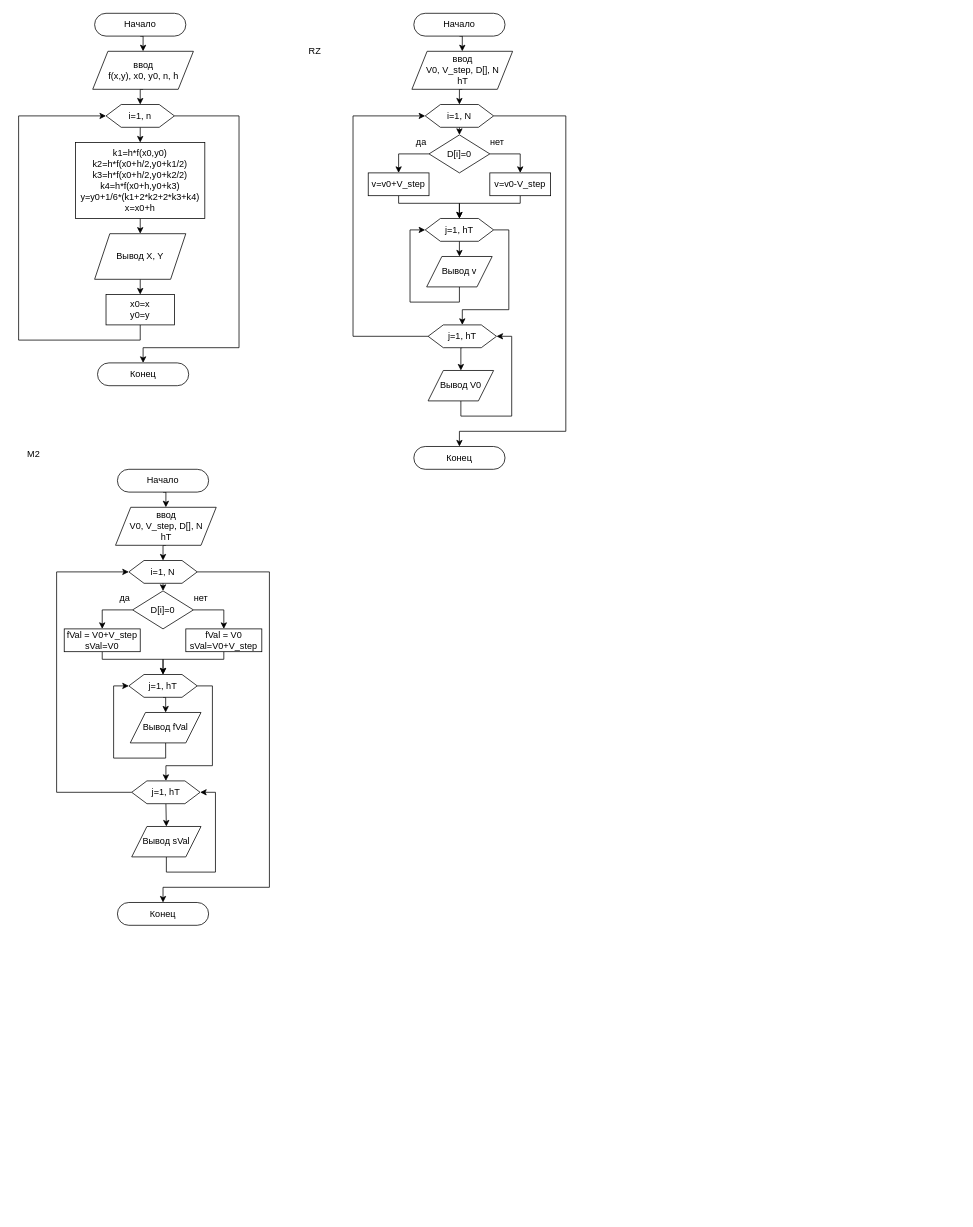
Before: диплом_отчет/rk4+coders.drawio in bestialyokel/diplom, a draw.io diagram. Source tidied: cells renumbered, new cells numbered last; positions are measured from the earlier drawing's top-left corner, leaving out a move shared by most shapes. Both pictures are drawn from the tidied source at 76%, with x=0, y=0 at pixel (18, 13).
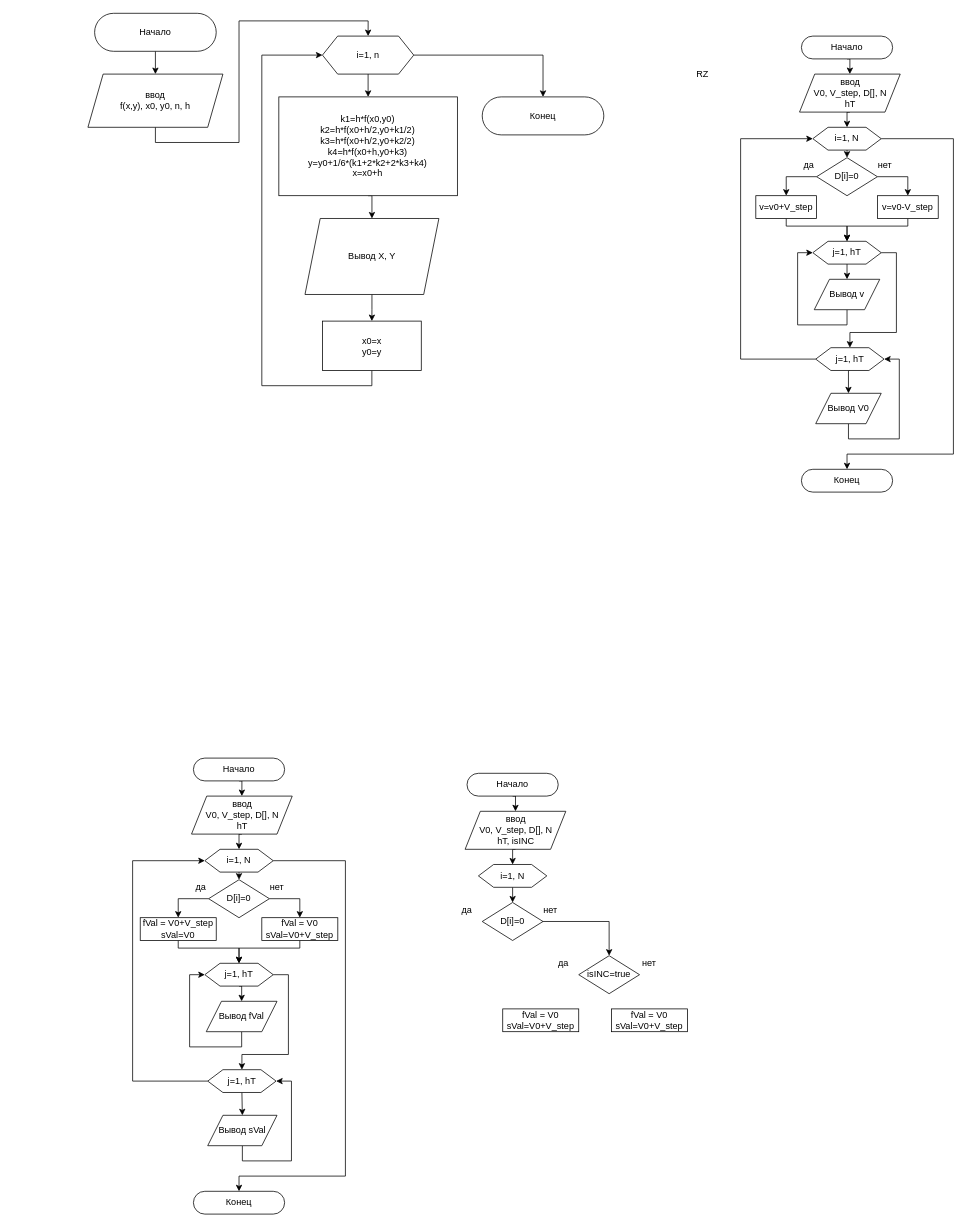
The same page after the edit.

What changed in the source:
```diff
@@
     <mxCell id="3" value="Начало" style="rounded=1;whiteSpace=wrap;html=1;arcSize=50;" parent="1" vertex="1">
-      <mxGeometry x="100" width="120" height="30" as="geometry" />
+      <mxGeometry x="100" width="160" height="50" as="geometry" />
     </mxCell>
-    <mxCell id="4" style="edgeStyle=orthogonalEdgeStyle;rounded=0;jettySize=auto;html=1;exitX=0.5;exitY=1;exitDx=0;exitDy=0;entryX=0.5;entryY=0;entryDx=0;entryDy=0;" parent="1" edge="1" source="5" target="8">
-      <mxGeometry relative="1" as="geometry" />
+    <mxCell id="4" style="edgeStyle=orthogonalEdgeStyle;rounded=0;jettySize=auto;html=1;entryX=0.5;entryY=0;entryDx=0;entryDy=0;exitX=0.5;exitY=1;exitDx=0;exitDy=0;" parent="1" edge="1" source="5" target="8">
+      <mxGeometry relative="1" as="geometry">
+        <Array as="points">
+          <mxPoint x="180" y="170" />
+          <mxPoint x="290" y="170" />
+          <mxPoint x="290" y="10" />
+          <mxPoint x="460" y="10" />
+        </Array>
+      </mxGeometry>
     </mxCell>
     <mxCell id="5" value="ввод&lt;br&gt;f(x,y), x0, y0, n, h" style="shape=parallelogram;perimeter=parallelogramPerimeter;whiteSpace=wrap;html=1;fixedSize=1;" parent="1" vertex="1">
-      <mxGeometry x="97.5" y="50" width="132.5" height="50" as="geometry" />
+      <mxGeometry x="91.2" y="80" width="177.6" height="70" as="geometry" />
     </mxCell>
@@
     <mxCell id="7" style="edgeStyle=orthogonalEdgeStyle;rounded=0;jettySize=auto;html=1;exitX=1;exitY=0.5;exitDx=0;exitDy=0;entryX=0.5;entryY=0;entryDx=0;entryDy=0;" parent="1" edge="1" source="8" target="15">
       <mxGeometry relative="1" as="geometry">
         <Array as="points">
-          <mxPoint x="290" y="135" />
-          <mxPoint x="290" y="440" />
-          <mxPoint x="164" y="440" />
+          <mxPoint x="690" y="55" />
         </Array>
       </mxGeometry>
     </mxCell>
     <mxCell id="8" value="i=1, n" style="shape=hexagon;perimeter=hexagonPerimeter2;whiteSpace=wrap;html=1;fixedSize=1;" parent="1" vertex="1">
-      <mxGeometry x="115" y="120" width="90" height="30" as="geometry" />
+      <mxGeometry x="399.8" y="30" width="120.1" height="50" as="geometry" />
     </mxCell>
@@
     <mxCell id="10" value="&lt;span&gt;k1=h*f(x0,y0)&lt;/span&gt;&lt;br&gt;&lt;span&gt;k2=h*f(x0+h/2,y0+k1/2)&lt;/span&gt;&lt;br&gt;&lt;span&gt;k3=h*f(x0+h/2,y0+k2/2)&lt;/span&gt;&lt;br&gt;&lt;span&gt;k4=h*f(x0+h,y0+k3)&lt;/span&gt;&lt;br&gt;&lt;span&gt;y=y0+1/6*(k1+2*k2+2*k3+k4)&lt;br&gt;x=x0+h&lt;br&gt;&lt;/span&gt;" style="rounded=0;whiteSpace=wrap;html=1;" parent="1" vertex="1">
-      <mxGeometry x="75" y="170" width="170" height="100" as="geometry" />
+      <mxGeometry x="342.4" y="110" width="234.9" height="130" as="geometry" />
     </mxCell>
-    <mxCell id="11" style="edgeStyle=orthogonalEdgeStyle;rounded=0;jettySize=auto;html=1;exitX=0.5;exitY=1;exitDx=0;exitDy=0;entryX=0.5;entryY=0;entryDx=0;entryDy=0;" parent="1" edge="1" source="12" target="14">
+    <mxCell id="11" style="edgeStyle=orthogonalEdgeStyle;rounded=0;jettySize=auto;html=1;" parent="1" edge="1" source="12" target="14">
       <mxGeometry relative="1" as="geometry" />
     </mxCell>
     <mxCell id="12" value="Вывод X, Y" style="shape=parallelogram;perimeter=parallelogramPerimeter;whiteSpace=wrap;html=1;fixedSize=1;" parent="1" vertex="1">
-      <mxGeometry x="100" y="290" width="120" height="60" as="geometry" />
+      <mxGeometry x="376.8" y="270" width="176.2" height="100" as="geometry" />
     </mxCell>
     <mxCell id="13" style="edgeStyle=orthogonalEdgeStyle;rounded=0;jettySize=auto;html=1;exitX=0.5;exitY=1;exitDx=0;exitDy=0;entryX=0;entryY=0.5;entryDx=0;entryDy=0;" parent="1" edge="1" source="14" target="8">
       <mxGeometry relative="1" as="geometry">
         <Array as="points">
-          <mxPoint x="160" y="430" />
-          <mxPoint y="430" />
-          <mxPoint y="135" />
+          <mxPoint x="465" y="490" />
+          <mxPoint x="320" y="490" />
+          <mxPoint x="320" y="55" />
         </Array>
       </mxGeometry>
     </mxCell>
     <mxCell id="14" value="x0=x&lt;br&gt;y0=y" style="rounded=0;whiteSpace=wrap;html=1;" parent="1" vertex="1">
-      <mxGeometry x="115" y="370" width="90" height="40" as="geometry" />
+      <mxGeometry x="399.8" y="405" width="130" height="65" as="geometry" />
     </mxCell>
-    <mxCell id="15" value="Конец" style="rounded=1;whiteSpace=wrap;html=1;arcSize=50;" parent="1" vertex="1">
-      <mxGeometry x="103.8" y="460" width="120" height="30" as="geometry" />
-    </mxCell>
@@
     <mxCell id="17" value="Начало" style="rounded=1;whiteSpace=wrap;html=1;arcSize=50;" parent="1" vertex="1">
-      <mxGeometry x="520" width="120" height="30" as="geometry" />
+      <mxGeometry x="1030" y="30" width="120" height="30" as="geometry" />
     </mxCell>
@@
     <mxCell id="19" value="ввод&lt;br&gt;V0, V_step, D[], N&lt;br&gt;hT" style="shape=parallelogram;perimeter=parallelogramPerimeter;whiteSpace=wrap;html=1;fixedSize=1;" parent="1" vertex="1">
-      <mxGeometry x="517.5" y="50" width="132.5" height="50" as="geometry" />
+      <mxGeometry x="1027.5" y="80" width="132.5" height="50" as="geometry" />
     </mxCell>
@@
     <mxCell id="21" style="edgeStyle=orthogonalEdgeStyle;rounded=0;jettySize=auto;html=1;exitX=1;exitY=0.5;exitDx=0;exitDy=0;entryX=0.5;entryY=0;entryDx=0;entryDy=0;" parent="1" edge="1" source="22" target="23">
       <mxGeometry relative="1" as="geometry">
         <Array as="points">
-          <mxPoint x="720" y="135" />
-          <mxPoint x="720" y="550" />
-          <mxPoint x="580" y="550" />
+          <mxPoint x="1230" y="165" />
+          <mxPoint x="1230" y="580" />
+          <mxPoint x="1090" y="580" />
         </Array>
       </mxGeometry>
     </mxCell>
     <mxCell id="22" value="i=1, N" style="shape=hexagon;perimeter=hexagonPerimeter2;whiteSpace=wrap;html=1;fixedSize=1;" parent="1" vertex="1">
-      <mxGeometry x="535" y="120" width="90" height="30" as="geometry" />
+      <mxGeometry x="1045" y="150" width="90" height="30" as="geometry" />
     </mxCell>
     <mxCell id="23" value="Конец" style="rounded=1;whiteSpace=wrap;html=1;arcSize=50;" parent="1" vertex="1">
-      <mxGeometry x="520" y="570" width="120" height="30" as="geometry" />
+      <mxGeometry x="1030" y="600" width="120" height="30" as="geometry" />
     </mxCell>
@@
     <mxCell id="26" value="D[i]=0" style="rhombus;whiteSpace=wrap;html=1;" parent="1" vertex="1">
-      <mxGeometry x="540" y="160" width="80" height="50" as="geometry" />
+      <mxGeometry x="1050" y="190" width="80" height="50" as="geometry" />
     </mxCell>
     <mxCell id="27" value="да" style="text;html=1;strokeColor=none;fillColor=none;align=center;verticalAlign=middle;whiteSpace=wrap;rounded=0;" parent="1" vertex="1">
-      <mxGeometry x="510" y="160" width="40" height="20" as="geometry" />
+      <mxGeometry x="1020" y="190" width="40" height="20" as="geometry" />
     </mxCell>
     <mxCell id="28" value="нет" style="text;html=1;strokeColor=none;fillColor=none;align=center;verticalAlign=middle;whiteSpace=wrap;rounded=0;" parent="1" vertex="1">
-      <mxGeometry x="610" y="160" width="40" height="20" as="geometry" />
+      <mxGeometry x="1120" y="190" width="40" height="20" as="geometry" />
     </mxCell>
     <mxCell id="29" style="edgeStyle=orthogonalEdgeStyle;rounded=0;jettySize=auto;html=1;exitX=0.5;exitY=1;exitDx=0;exitDy=0;entryX=0.5;entryY=0;entryDx=0;entryDy=0;" parent="1" edge="1" source="30" target="35">
       <mxGeometry relative="1" as="geometry">
         <Array as="points">
-          <mxPoint x="500" y="250" />
-          <mxPoint x="580" y="250" />
+          <mxPoint x="1010" y="280" />
+          <mxPoint x="1090" y="280" />
         </Array>
       </mxGeometry>
     </mxCell>
     <mxCell id="30" value="v=v0+V_step" style="rounded=0;whiteSpace=wrap;html=1;" parent="1" vertex="1">
-      <mxGeometry x="460" y="210" width="80" height="30" as="geometry" />
+      <mxGeometry x="970" y="240" width="80" height="30" as="geometry" />
     </mxCell>
     <mxCell id="31" style="edgeStyle=orthogonalEdgeStyle;rounded=0;jettySize=auto;html=1;exitX=0.5;exitY=1;exitDx=0;exitDy=0;entryX=0.5;entryY=0;entryDx=0;entryDy=0;" parent="1" edge="1" source="32" target="35">
       <mxGeometry relative="1" as="geometry">
         <Array as="points">
-          <mxPoint x="660" y="250" />
-          <mxPoint x="580" y="250" />
+          <mxPoint x="1170" y="280" />
+          <mxPoint x="1090" y="280" />
         </Array>
       </mxGeometry>
     </mxCell>
     <mxCell id="32" value="v=v0-V_step" style="rounded=0;whiteSpace=wrap;html=1;" parent="1" vertex="1">
-      <mxGeometry x="620" y="210" width="80" height="30" as="geometry" />
+      <mxGeometry x="1130" y="240" width="80" height="30" as="geometry" />
     </mxCell>
@@
     <mxCell id="34" style="edgeStyle=orthogonalEdgeStyle;rounded=0;jettySize=auto;html=1;exitX=1;exitY=0.5;exitDx=0;exitDy=0;entryX=0.5;entryY=0;entryDx=0;entryDy=0;" parent="1" edge="1" source="35" target="40">
       <mxGeometry relative="1" as="geometry">
         <Array as="points">
-          <mxPoint x="645" y="285" />
-          <mxPoint x="645" y="390" />
-          <mxPoint x="584" y="390" />
+          <mxPoint x="1155" y="315" />
+          <mxPoint x="1155" y="420" />
+          <mxPoint x="1094" y="420" />
         </Array>
       </mxGeometry>
     </mxCell>
     <mxCell id="35" value="j=1, hT" style="shape=hexagon;perimeter=hexagonPerimeter2;whiteSpace=wrap;html=1;fixedSize=1;" parent="1" vertex="1">
-      <mxGeometry x="535" y="270" width="90" height="30" as="geometry" />
+      <mxGeometry x="1045" y="300" width="90" height="30" as="geometry" />
     </mxCell>
@@
     <mxCell id="37" value="Вывод v" style="shape=parallelogram;perimeter=parallelogramPerimeter;whiteSpace=wrap;html=1;fixedSize=1;" parent="1" vertex="1">
-      <mxGeometry x="536.9" y="320" width="86.2" height="40" as="geometry" />
+      <mxGeometry x="1046.9" y="350" width="86.2" height="40" as="geometry" />
     </mxCell>
@@
     <mxCell id="39" style="edgeStyle=orthogonalEdgeStyle;rounded=0;jettySize=auto;html=1;exitX=0;exitY=0.5;exitDx=0;exitDy=0;entryX=0;entryY=0.5;entryDx=0;entryDy=0;" parent="1" edge="1" source="40" target="22">
       <mxGeometry relative="1" as="geometry">
         <Array as="points">
-          <mxPoint x="440" y="425" />
-          <mxPoint x="440" y="135" />
+          <mxPoint x="950" y="455" />
+          <mxPoint x="950" y="165" />
         </Array>
       </mxGeometry>
     </mxCell>
     <mxCell id="40" value="j=1, hT" style="shape=hexagon;perimeter=hexagonPerimeter2;whiteSpace=wrap;html=1;fixedSize=1;" parent="1" vertex="1">
-      <mxGeometry x="538.8" y="410" width="90" height="30" as="geometry" />
+      <mxGeometry x="1048.8" y="440" width="90" height="30" as="geometry" />
     </mxCell>
@@
     <mxCell id="42" value="Вывод V0" style="shape=parallelogram;perimeter=parallelogramPerimeter;whiteSpace=wrap;html=1;fixedSize=1;" parent="1" vertex="1">
-      <mxGeometry x="538.8" y="470" width="86.2" height="40" as="geometry" />
+      <mxGeometry x="1048.8" y="500" width="86.2" height="40" as="geometry" />
     </mxCell>
     <mxCell id="43" value="RZ" style="text;html=1;strokeColor=none;fillColor=none;align=center;verticalAlign=middle;whiteSpace=wrap;rounded=0;" parent="1" vertex="1">
-      <mxGeometry x="370" y="40" width="40" height="20" as="geometry" />
+      <mxGeometry x="880" y="70" width="40" height="20" as="geometry" />
     </mxCell>
@@
     <mxCell id="45" value="Начало" style="rounded=1;whiteSpace=wrap;html=1;arcSize=50;" parent="1" vertex="1">
-      <mxGeometry x="130" y="600" width="120" height="30" as="geometry" />
+      <mxGeometry x="230" y="980" width="120" height="30" as="geometry" />
     </mxCell>
@@
     <mxCell id="47" value="ввод&lt;br&gt;V0, V_step, D[], N&lt;br&gt;hT" style="shape=parallelogram;perimeter=parallelogramPerimeter;whiteSpace=wrap;html=1;fixedSize=1;" parent="1" vertex="1">
-      <mxGeometry x="127.5" y="650" width="132.5" height="50" as="geometry" />
+      <mxGeometry x="227.5" y="1030" width="132.5" height="50" as="geometry" />
     </mxCell>
@@
     <mxCell id="49" style="edgeStyle=orthogonalEdgeStyle;rounded=0;jettySize=auto;html=1;exitX=1;exitY=0.5;exitDx=0;exitDy=0;entryX=0.5;entryY=0;entryDx=0;entryDy=0;" parent="1" edge="1" source="50" target="51">
       <mxGeometry relative="1" as="geometry">
         <Array as="points">
-          <mxPoint x="330" y="735" />
-          <mxPoint x="330" y="1150" />
-          <mxPoint x="190" y="1150" />
+          <mxPoint x="430" y="1115" />
+          <mxPoint x="430" y="1530" />
+          <mxPoint x="290" y="1530" />
         </Array>
       </mxGeometry>
     </mxCell>
     <mxCell id="50" value="i=1, N" style="shape=hexagon;perimeter=hexagonPerimeter2;whiteSpace=wrap;html=1;fixedSize=1;" parent="1" vertex="1">
-      <mxGeometry x="145" y="720" width="90" height="30" as="geometry" />
+      <mxGeometry x="245" y="1100" width="90" height="30" as="geometry" />
     </mxCell>
     <mxCell id="51" value="Конец" style="rounded=1;whiteSpace=wrap;html=1;arcSize=50;" parent="1" vertex="1">
-      <mxGeometry x="130" y="1170" width="120" height="30" as="geometry" />
+      <mxGeometry x="230" y="1550" width="120" height="30" as="geometry" />
     </mxCell>
@@
     <mxCell id="54" value="D[i]=0" style="rhombus;whiteSpace=wrap;html=1;" parent="1" vertex="1">
-      <mxGeometry x="150" y="760" width="80" height="50" as="geometry" />
+      <mxGeometry x="250" y="1140" width="80" height="50" as="geometry" />
     </mxCell>
     <mxCell id="55" value="да" style="text;html=1;strokeColor=none;fillColor=none;align=center;verticalAlign=middle;whiteSpace=wrap;rounded=0;" parent="1" vertex="1">
-      <mxGeometry x="120" y="760" width="40" height="20" as="geometry" />
+      <mxGeometry x="220" y="1140" width="40" height="20" as="geometry" />
     </mxCell>
     <mxCell id="56" value="нет" style="text;html=1;strokeColor=none;fillColor=none;align=center;verticalAlign=middle;whiteSpace=wrap;rounded=0;" parent="1" vertex="1">
-      <mxGeometry x="220" y="760" width="40" height="20" as="geometry" />
+      <mxGeometry x="320" y="1140" width="40" height="20" as="geometry" />
     </mxCell>
     <mxCell id="57" style="edgeStyle=orthogonalEdgeStyle;rounded=0;jettySize=auto;html=1;exitX=0.5;exitY=1;exitDx=0;exitDy=0;entryX=0.5;entryY=0;entryDx=0;entryDy=0;" parent="1" edge="1" source="58" target="63">
       <mxGeometry relative="1" as="geometry">
         <Array as="points">
-          <mxPoint x="110" y="850" />
-          <mxPoint x="190" y="850" />
+          <mxPoint x="210" y="1230" />
+          <mxPoint x="290" y="1230" />
         </Array>
       </mxGeometry>
     </mxCell>
     <mxCell id="58" value="fVal = V0+V_step&lt;br&gt;sVal=V0" style="rounded=0;whiteSpace=wrap;html=1;" parent="1" vertex="1">
-      <mxGeometry x="60" y="810" width="100" height="30" as="geometry" />
+      <mxGeometry x="160" y="1190" width="100" height="30" as="geometry" />
     </mxCell>
     <mxCell id="59" style="edgeStyle=orthogonalEdgeStyle;rounded=0;jettySize=auto;html=1;exitX=0.5;exitY=1;exitDx=0;exitDy=0;entryX=0.5;entryY=0;entryDx=0;entryDy=0;" parent="1" edge="1" source="60" target="63">
       <mxGeometry relative="1" as="geometry">
         <Array as="points">
-          <mxPoint x="270" y="850" />
-          <mxPoint x="190" y="850" />
+          <mxPoint x="370" y="1230" />
+          <mxPoint x="290" y="1230" />
         </Array>
       </mxGeometry>
     </mxCell>
     <mxCell id="60" value="fVal = V0 sVal=V0+V_step" style="rounded=0;whiteSpace=wrap;html=1;" parent="1" vertex="1">
-      <mxGeometry x="220" y="810" width="100" height="30" as="geometry" />
+      <mxGeometry x="320" y="1190" width="100" height="30" as="geometry" />
     </mxCell>
@@
     <mxCell id="62" style="edgeStyle=orthogonalEdgeStyle;rounded=0;jettySize=auto;html=1;exitX=1;exitY=0.5;exitDx=0;exitDy=0;entryX=0.5;entryY=0;entryDx=0;entryDy=0;" parent="1" edge="1" source="63" target="68">
       <mxGeometry relative="1" as="geometry">
         <Array as="points">
-          <mxPoint x="255" y="885" />
-          <mxPoint x="255" y="990" />
-          <mxPoint x="194" y="990" />
+          <mxPoint x="355" y="1265" />
+          <mxPoint x="355" y="1370" />
+          <mxPoint x="294" y="1370" />
         </Array>
       </mxGeometry>
     </mxCell>
     <mxCell id="63" value="j=1, hT" style="shape=hexagon;perimeter=hexagonPerimeter2;whiteSpace=wrap;html=1;fixedSize=1;" parent="1" vertex="1">
-      <mxGeometry x="145" y="870" width="90" height="30" as="geometry" />
+      <mxGeometry x="245" y="1250" width="90" height="30" as="geometry" />
     </mxCell>
@@
     <mxCell id="65" value="Вывод fVal" style="shape=parallelogram;perimeter=parallelogramPerimeter;whiteSpace=wrap;html=1;fixedSize=1;" parent="1" vertex="1">
-      <mxGeometry x="146.9" y="920" width="93.1" height="40" as="geometry" />
+      <mxGeometry x="246.9" y="1300" width="93.1" height="40" as="geometry" />
     </mxCell>
@@
     <mxCell id="67" style="edgeStyle=orthogonalEdgeStyle;rounded=0;jettySize=auto;html=1;exitX=0;exitY=0.5;exitDx=0;exitDy=0;entryX=0;entryY=0.5;entryDx=0;entryDy=0;" parent="1" edge="1" source="68" target="50">
       <mxGeometry relative="1" as="geometry">
         <Array as="points">
-          <mxPoint x="50" y="1025" />
-          <mxPoint x="50" y="735" />
+          <mxPoint x="150" y="1405" />
+          <mxPoint x="150" y="1115" />
         </Array>
       </mxGeometry>
     </mxCell>
     <mxCell id="68" value="j=1, hT" style="shape=hexagon;perimeter=hexagonPerimeter2;whiteSpace=wrap;html=1;fixedSize=1;" parent="1" vertex="1">
-      <mxGeometry x="148.8" y="1010" width="90" height="30" as="geometry" />
+      <mxGeometry x="248.8" y="1390" width="90" height="30" as="geometry" />
     </mxCell>
     <mxCell id="69" style="edgeStyle=orthogonalEdgeStyle;rounded=0;jettySize=auto;html=1;exitX=0.5;exitY=1;exitDx=0;exitDy=0;entryX=1;entryY=0.5;entryDx=0;entryDy=0;" parent="1" edge="1" source="70" target="68">
       <mxGeometry relative="1" as="geometry">
         <Array as="points">
-          <mxPoint x="194" y="1130" />
-          <mxPoint x="259" y="1130" />
-          <mxPoint x="259" y="1025" />
+          <mxPoint x="294" y="1510" />
+          <mxPoint x="359" y="1510" />
+          <mxPoint x="359" y="1405" />
         </Array>
       </mxGeometry>
     </mxCell>
     <mxCell id="70" value="Вывод sVal" style="shape=parallelogram;perimeter=parallelogramPerimeter;whiteSpace=wrap;html=1;fixedSize=1;" parent="1" vertex="1">
-      <mxGeometry x="148.8" y="1070" width="91.2" height="40" as="geometry" />
+      <mxGeometry x="248.8" y="1450" width="91.2" height="40" as="geometry" />
     </mxCell>
-    <mxCell id="71" value="M2" style="text;html=1;strokeColor=none;fillColor=none;align=center;verticalAlign=middle;whiteSpace=wrap;rounded=0;" parent="1" vertex="1">
-      <mxGeometry y="570" width="40" height="20" as="geometry" />
-    </mxCell>
+    <mxCell id="15" value="Конец" style="rounded=1;whiteSpace=wrap;html=1;arcSize=50;" parent="1" vertex="1">
+      <mxGeometry x="610" y="110" width="160" height="50" as="geometry" />
+    </mxCell>
+    <mxCell id="72" style="edgeStyle=orthogonalEdgeStyle;rounded=0;jettySize=auto;html=1;exitX=0.5;exitY=1;exitDx=0;exitDy=0;entryX=0.5;entryY=0;entryDx=0;entryDy=0;" parent="1" edge="1" source="73" target="75">
+      <mxGeometry relative="1" as="geometry" />
+    </mxCell>
+    <mxCell id="73" value="Начало" style="rounded=1;whiteSpace=wrap;html=1;arcSize=50;" parent="1" vertex="1">
+      <mxGeometry x="590" y="1000" width="120" height="30" as="geometry" />
+    </mxCell>
+    <mxCell id="74" style="edgeStyle=orthogonalEdgeStyle;rounded=0;jettySize=auto;html=1;exitX=0.5;exitY=1;exitDx=0;exitDy=0;entryX=0.5;entryY=0;entryDx=0;entryDy=0;" parent="1" edge="1" source="75" target="77">
+      <mxGeometry relative="1" as="geometry" />
+    </mxCell>
+    <mxCell id="75" value="ввод&lt;br&gt;V0, V_step, D[], N&lt;br&gt;hT, isINC" style="shape=parallelogram;perimeter=parallelogramPerimeter;whiteSpace=wrap;html=1;fixedSize=1;" parent="1" vertex="1">
+      <mxGeometry x="587.5" y="1050" width="132.5" height="50" as="geometry" />
+    </mxCell>
+    <mxCell id="76" style="edgeStyle=orthogonalEdgeStyle;rounded=0;jettySize=auto;html=1;exitX=0.5;exitY=1;exitDx=0;exitDy=0;entryX=0.5;entryY=0;entryDx=0;entryDy=0;" parent="1" edge="1" source="77" target="79">
+      <mxGeometry relative="1" as="geometry" />
+    </mxCell>
+    <mxCell id="77" value="i=1, N" style="shape=hexagon;perimeter=hexagonPerimeter2;whiteSpace=wrap;html=1;fixedSize=1;" parent="1" vertex="1">
+      <mxGeometry x="605" y="1120" width="90" height="30" as="geometry" />
+    </mxCell>
+    <mxCell id="78" style="edgeStyle=orthogonalEdgeStyle;rounded=0;jettySize=auto;html=1;exitX=1;exitY=0.5;exitDx=0;exitDy=0;entryX=0.5;entryY=0;entryDx=0;entryDy=0;" parent="1" edge="1" source="79" target="81">
+      <mxGeometry relative="1" as="geometry">
+        <Array as="points">
+          <mxPoint x="777" y="1195" />
+        </Array>
+      </mxGeometry>
+    </mxCell>
+    <mxCell id="79" value="D[i]=0" style="rhombus;whiteSpace=wrap;html=1;" parent="1" vertex="1">
+      <mxGeometry x="610" y="1170" width="80" height="50" as="geometry" />
+    </mxCell>
+    <mxCell id="80" value="нет" style="text;html=1;strokeColor=none;fillColor=none;align=center;verticalAlign=middle;whiteSpace=wrap;rounded=0;" parent="1" vertex="1">
+      <mxGeometry x="680" y="1170" width="40" height="20" as="geometry" />
+    </mxCell>
+    <mxCell id="81" value="isINC=true" style="rhombus;whiteSpace=wrap;html=1;" parent="1" vertex="1">
+      <mxGeometry x="737" y="1240" width="80" height="50" as="geometry" />
+    </mxCell>
+    <mxCell id="82" value="нет" style="text;html=1;strokeColor=none;fillColor=none;align=center;verticalAlign=middle;whiteSpace=wrap;rounded=0;" parent="1" vertex="1">
+      <mxGeometry x="810" y="1240" width="40" height="20" as="geometry" />
+    </mxCell>
+    <mxCell id="83" value="да" style="text;html=1;strokeColor=none;fillColor=none;align=center;verticalAlign=middle;whiteSpace=wrap;rounded=0;" parent="1" vertex="1">
+      <mxGeometry x="697" y="1240" width="40" height="20" as="geometry" />
+    </mxCell>
+    <mxCell id="84" value="да" style="text;html=1;strokeColor=none;fillColor=none;align=center;verticalAlign=middle;whiteSpace=wrap;rounded=0;" parent="1" vertex="1">
+      <mxGeometry x="570" y="1170" width="40" height="20" as="geometry" />
+    </mxCell>
+    <mxCell id="85" value="fVal = V0 sVal=V0+V_step" style="rounded=0;whiteSpace=wrap;html=1;" parent="1" vertex="1">
+      <mxGeometry x="637" y="1310" width="100" height="30" as="geometry" />
+    </mxCell>
+    <mxCell id="86" value="fVal = V0 sVal=V0+V_step" style="rounded=0;whiteSpace=wrap;html=1;" parent="1" vertex="1">
+      <mxGeometry x="780" y="1310" width="100" height="30" as="geometry" />
+    </mxCell>
```
